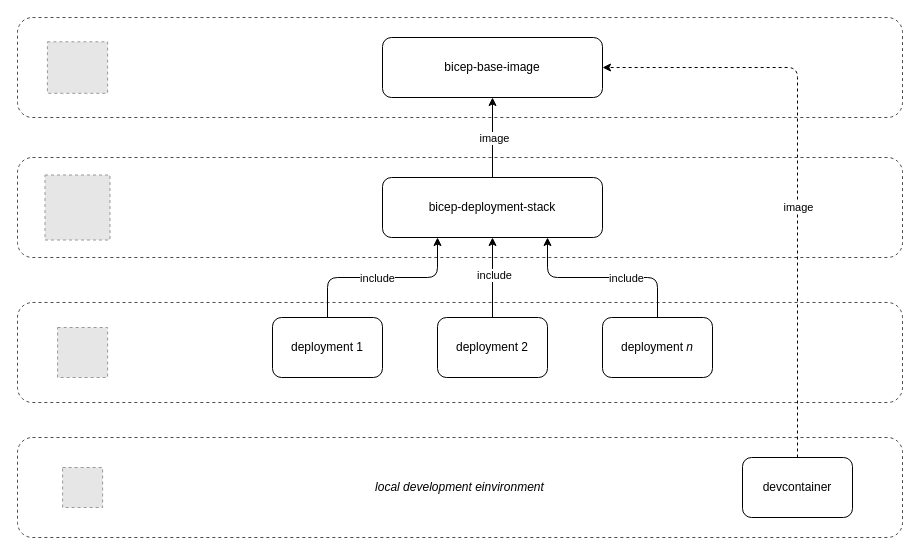
Above: page "stack" (1 of 3) of assets/2025-06-08-bicep-deployment-stack/bicep-deployment-stack.drawio in webflow-development/webflow.github.io (draw.io), before the change. Source tidied: cells renumbered, new cells numbered last; positions are measured from the earlier drawing's top-left corner, leaving out a move shared by most shapes. Both pictures are drawn from the tidied source at 100%, with x=0, y=0 at pixel (17, 17). Pictures stored in the file or linked from it are replaced by grey dashed boxes.
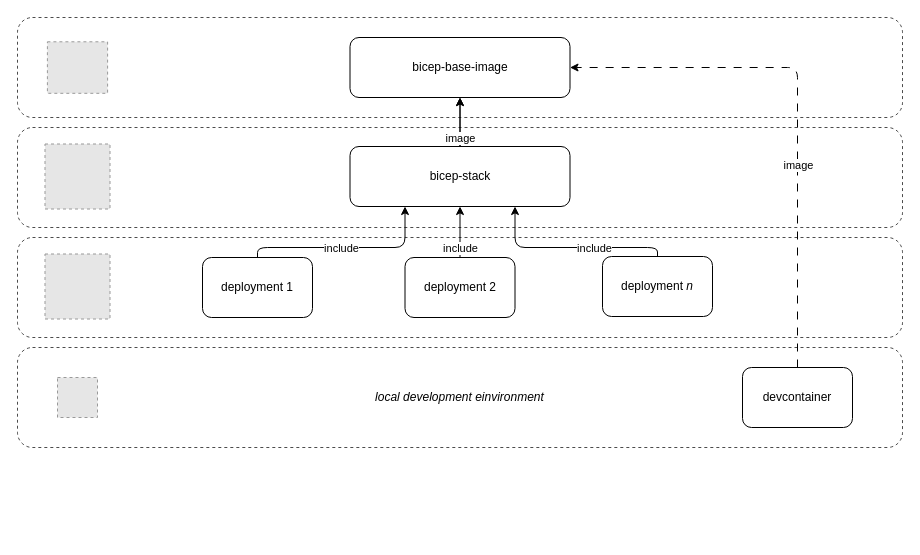
After the change.

Unchanged cells that the change refers to:
```xml
<mxCell id="8" style="edgeStyle=orthogonalEdgeStyle;rounded=0;jettySize=auto;html=1;" parent="1" edge="1" source="10" target="6">
  <mxGeometry relative="1" as="geometry" />
</mxCell>
<mxCell id="15" style="edgeStyle=orthogonalEdgeStyle;rounded=1;jettySize=auto;html=1;entryX=0.5;entryY=1;entryDx=0;entryDy=0;strokeColor=default;curved=0;" parent="1" edge="1" source="17" target="10">
  <mxGeometry relative="1" as="geometry" />
</mxCell>
```

Change to the diagram source:
```diff
@@
+    <mxCell id="26" style="edgeStyle=orthogonalEdgeStyle;rounded=0;jettySize=auto;html=1;" parent="1" edge="1" source="10" target="6">
+      <mxGeometry relative="1" as="geometry" />
+    </mxCell>
     <mxCell id="2" value="&lt;i&gt;local development einvironment&lt;/i&gt;" style="rounded=1;whiteSpace=wrap;html=1;fillColor=none;dashed=1;opacity=70;" parent="1" vertex="1">
-      <mxGeometry y="420" width="885" height="100" as="geometry" />
+      <mxGeometry y="330" width="885" height="100" as="geometry" />
     </mxCell>
@@
     <mxCell id="4" style="rounded=1;whiteSpace=wrap;html=1;fillColor=none;dashed=1;opacity=70;" parent="1" vertex="1">
-      <mxGeometry y="140" width="885" height="100" as="geometry" />
+      <mxGeometry y="110" width="885" height="100" as="geometry" />
     </mxCell>
     <mxCell id="5" style="rounded=1;whiteSpace=wrap;html=1;fillColor=none;dashed=1;opacity=70;" parent="1" vertex="1">
-      <mxGeometry y="285" width="885" height="100" as="geometry" />
+      <mxGeometry y="220" width="885" height="100" as="geometry" />
     </mxCell>
     <mxCell id="6" value="bicep-base-image" style="rounded=1;whiteSpace=wrap;html=1;" parent="1" vertex="1">
-      <mxGeometry x="365" y="20" width="220" height="60" as="geometry" />
+      <mxGeometry x="332.5" y="20" width="220" height="60" as="geometry" />
     </mxCell>
@@
-    <mxCell id="9" value="image" style="edgeLabel;html=1;align=center;verticalAlign=middle;" parent="8" vertex="1">
-      <mxGeometry x="0.01" y="-1" relative="1" as="geometry" />
+    <mxCell id="9" value="image" style="edgeLabel;html=1;align=center;verticalAlign=middle;labelBackgroundColor=default;fontFamily=Helvetica;fontSize=11;fontColor=default;fillColor=none;gradientColor=none;" parent="8" vertex="1">
+      <mxGeometry x="0.01" y="-1" relative="1" as="geometry">
+        <mxPoint x="-1" y="16" as="offset" />
+      </mxGeometry>
     </mxCell>
-    <mxCell id="10" value="bicep-deployment-stack" style="rounded=1;whiteSpace=wrap;html=1;" parent="1" vertex="1">
-      <mxGeometry x="365" y="160" width="220" height="60" as="geometry" />
+    <mxCell id="10" value="bicep-stack" style="rounded=1;whiteSpace=wrap;html=1;" parent="1" vertex="1">
+      <mxGeometry x="332.5" y="129" width="220" height="60" as="geometry" />
     </mxCell>
     <mxCell id="11" style="fillColor=#E6E6E6;strokeColor=#999999;dashed=1;verticalLabelPosition=bottom;labelBackgroundColor=default;verticalAlign=top;" parent="1" vertex="1">
-      <mxGeometry x="27.5" y="157.5" width="65" height="65" as="geometry" />
+      <mxGeometry x="27.5" y="126.5" width="65" height="65" as="geometry" />
     </mxCell>
     <mxCell id="12" style="edgeStyle=orthogonalEdgeStyle;rounded=1;jettySize=auto;html=1;entryX=0.25;entryY=1;entryDx=0;entryDy=0;strokeColor=default;curved=0;" parent="1" edge="1" source="14" target="10">
-      <mxGeometry relative="1" as="geometry" />
+      <mxGeometry relative="1" as="geometry">
+        <Array as="points">
+          <mxPoint x="240" y="230" />
+          <mxPoint x="388" y="230" />
+        </Array>
+      </mxGeometry>
     </mxCell>
@@
     <mxCell id="14" value="deployment 1" style="rounded=1;whiteSpace=wrap;html=1;" parent="1" vertex="1">
-      <mxGeometry x="255" y="300" width="110" height="60" as="geometry" />
+      <mxGeometry x="185" y="240" width="110" height="60" as="geometry" />
     </mxCell>
@@
     <mxCell id="16" value="include" style="edgeLabel;html=1;align=center;verticalAlign=middle;" parent="15" vertex="1">
-      <mxGeometry x="0.07" y="-1" relative="1" as="geometry" />
+      <mxGeometry x="0.07" y="-1" relative="1" as="geometry">
+        <mxPoint x="-1" y="17" as="offset" />
+      </mxGeometry>
     </mxCell>
     <mxCell id="17" value="deployment 2" style="rounded=1;whiteSpace=wrap;html=1;" parent="1" vertex="1">
-      <mxGeometry x="420" y="300" width="110" height="60" as="geometry" />
+      <mxGeometry x="387.5" y="240" width="110" height="60" as="geometry" />
     </mxCell>
     <mxCell id="18" style="edgeStyle=orthogonalEdgeStyle;rounded=1;jettySize=auto;html=1;entryX=0.75;entryY=1;entryDx=0;entryDy=0;strokeColor=default;curved=0;" parent="1" edge="1" source="20" target="10">
-      <mxGeometry relative="1" as="geometry" />
+      <mxGeometry relative="1" as="geometry">
+        <Array as="points">
+          <mxPoint x="640" y="230" />
+          <mxPoint x="498" y="230" />
+        </Array>
+      </mxGeometry>
     </mxCell>
@@
     <mxCell id="20" value="deployment &lt;i&gt;n&lt;/i&gt;" style="rounded=1;whiteSpace=wrap;html=1;" parent="1" vertex="1">
-      <mxGeometry x="585" y="300" width="110" height="60" as="geometry" />
+      <mxGeometry x="585" y="239" width="110" height="60" as="geometry" />
     </mxCell>
-    <mxCell id="21" style="fillColor=#E6E6E6;strokeColor=#999999;dashed=1;verticalLabelPosition=bottom;labelBackgroundColor=default;verticalAlign=top;" parent="1" vertex="1">
-      <mxGeometry x="40.1" y="310" width="50" height="50" as="geometry" />
-    </mxCell>
     <mxCell id="22" style="fillColor=#E6E6E6;strokeColor=#999999;dashed=1;verticalLabelPosition=bottom;labelBackgroundColor=default;verticalAlign=top;" parent="1" vertex="1">
-      <mxGeometry x="45.1" y="450" width="40" height="40" as="geometry" />
+      <mxGeometry x="40" y="360" width="40" height="40" as="geometry" />
     </mxCell>
-    <mxCell id="23" style="edgeStyle=orthogonalEdgeStyle;rounded=1;jettySize=auto;html=1;entryX=1;entryY=0.5;entryDx=0;entryDy=0;curved=0;exitX=0.5;exitY=0;exitDx=0;exitDy=0;dashed=1;" parent="1" edge="1" source="25" target="6">
+    <mxCell id="23" style="edgeStyle=orthogonalEdgeStyle;rounded=1;jettySize=auto;html=1;entryX=1;entryY=0.5;entryDx=0;entryDy=0;curved=0;exitX=0.5;exitY=0;exitDx=0;exitDy=0;dashed=1;dashPattern=8 8;" parent="1" edge="1" source="25" target="6">
       <mxGeometry relative="1" as="geometry" />
     </mxCell>
     <mxCell id="24" value="image" style="edgeLabel;html=1;align=center;verticalAlign=middle;" parent="23" vertex="1">
       <mxGeometry x="-0.24" y="-2" relative="1" as="geometry">
-        <mxPoint x="-2" y="-29" as="offset" />
+        <mxPoint x="-2" y="-3" as="offset" />
       </mxGeometry>
     </mxCell>
     <mxCell id="25" value="devcontainer" style="rounded=1;whiteSpace=wrap;html=1;" parent="1" vertex="1">
-      <mxGeometry x="725" y="440" width="110" height="60" as="geometry" />
+      <mxGeometry x="725" y="350" width="110" height="60" as="geometry" />
     </mxCell>
+    <mxCell id="27" style="fillColor=#E6E6E6;strokeColor=#999999;dashed=1;verticalLabelPosition=bottom;labelBackgroundColor=default;verticalAlign=top;" parent="1" vertex="1">
+      <mxGeometry x="27.5" y="236.5" width="65" height="65" as="geometry" />
+    </mxCell>
```
